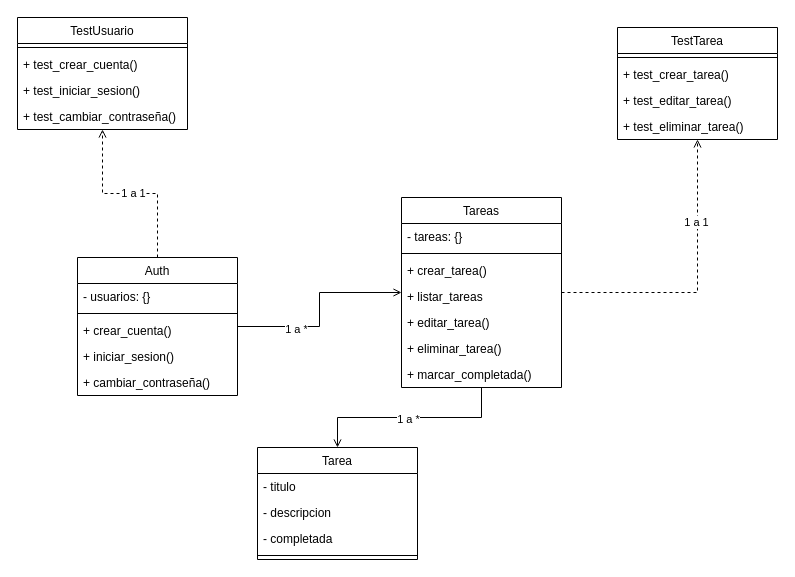
Earlier version of the draw.io diagram docs/Diagrama Gestion de Tareas.drawio.xml (buri033/GestorT). Source tidied: cells renumbered, new cells numbered last; positions are measured from the earlier drawing's top-left corner, leaving out a move shared by most shapes. Both pictures are drawn from the tidied source at 100%, with x=0, y=0 at pixel (17, 17).
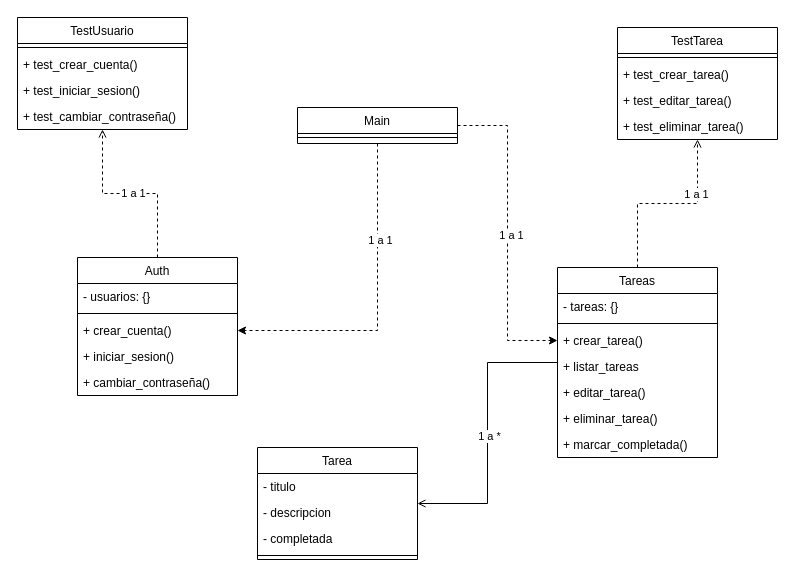
The same diagram, later.

Commit message:
Cambio del diagrama

Unchanged cells that the change refers to:
```xml
<mxCell id="6" value="Auth" style="swimlane;fontStyle=0;align=center;verticalAlign=top;horizontal=1;startSize=26;rounded=0;shadow=0;strokeWidth=1;" parent="1" vertex="1">
  <mxGeometry x="60" y="240" width="160" height="138" as="geometry" />
</mxCell>
<mxCell id="9" value="+ crear_cuenta()" style="text;align=left;verticalAlign=top;spacingLeft=4;spacingRight=4;overflow=hidden;points=[[0,0.5],[1,0.5]];portConstraint=eastwest;rounded=0;shadow=0;html=0;" parent="6" vertex="1">
  <mxGeometry y="60" width="160" height="26" as="geometry" />
</mxCell>
<mxCell id="24" value="+ crear_tarea()" style="text;align=left;verticalAlign=top;spacingLeft=4;spacingRight=4;overflow=hidden;points=[[0,0.5],[1,0.5]];portConstraint=eastwest;rounded=0;shadow=0;html=0;" parent="21" vertex="1">
  <mxGeometry y="60" width="160" height="26" as="geometry" />
</mxCell>
```

What changed in the source:
```diff
@@
-    <mxCell id="2" style="edgeStyle=orthogonalEdgeStyle;rounded=0;jettySize=auto;html=1;endArrow=open;endFill=0;" parent="1" edge="1" source="6" target="21">
-      <mxGeometry relative="1" as="geometry" />
-    </mxCell>
-    <mxCell id="3" value="1 a *" style="edgeLabel;html=1;align=center;verticalAlign=middle;" parent="2" vertex="1">
-      <mxGeometry x="-0.41" y="-2" relative="1" as="geometry" />
-    </mxCell>
@@
     <mxCell id="21" value="Tareas" style="swimlane;fontStyle=0;align=center;verticalAlign=top;horizontal=1;startSize=26;rounded=0;shadow=0;strokeWidth=1;" parent="1" vertex="1">
-      <mxGeometry x="384" y="180" width="160" height="190" as="geometry" />
+      <mxGeometry x="540" y="250" width="160" height="190" as="geometry" />
     </mxCell>
@@
-    <mxCell id="28" value="+ marcar_completada()" style="text;align=left;verticalAlign=top;spacingLeft=4;spacingRight=4;overflow=hidden;" parent="1" vertex="1">
-      <mxGeometry x="384" y="344" width="160" height="26" as="geometry" />
+    <mxCell id="28" value="+ marcar_completada()" style="text;align=left;verticalAlign=top;spacingLeft=4;spacingRight=4;overflow=hidden;" parent="21" vertex="1">
+      <mxGeometry y="164" width="160" height="26" as="geometry" />
     </mxCell>
@@
+    <mxCell id="39" style="edgeStyle=orthogonalEdgeStyle;rounded=0;jettySize=auto;html=1;entryX=1;entryY=0.5;entryDx=0;entryDy=0;dashed=1;" parent="1" edge="1" source="43" target="9">
+      <mxGeometry relative="1" as="geometry" />
+    </mxCell>
+    <mxCell id="40" value="1 a 1" style="edgeLabel;html=1;align=center;verticalAlign=middle;" parent="39" vertex="1">
+      <mxGeometry x="-0.42" y="2" relative="1" as="geometry">
+        <mxPoint y="1" as="offset" />
+      </mxGeometry>
+    </mxCell>
+    <mxCell id="41" style="edgeStyle=orthogonalEdgeStyle;rounded=0;jettySize=auto;html=1;entryX=0;entryY=0.5;entryDx=0;entryDy=0;exitX=1;exitY=0.5;exitDx=0;exitDy=0;dashed=1;" parent="1" edge="1" source="43" target="24">
+      <mxGeometry relative="1" as="geometry" />
+    </mxCell>
+    <mxCell id="42" value="1 a 1" style="edgeLabel;html=1;align=center;verticalAlign=middle;" parent="41" vertex="1">
+      <mxGeometry x="0.01" y="3" relative="1" as="geometry" />
+    </mxCell>
+    <mxCell id="43" value="Main" style="swimlane;fontStyle=0;align=center;verticalAlign=top;horizontal=1;startSize=26;rounded=0;shadow=0;strokeWidth=1;" parent="1" vertex="1">
+      <mxGeometry x="280" y="90" width="160" height="36" as="geometry" />
+    </mxCell>
+    <mxCell id="44" style="line;html=1;strokeWidth=1;align=left;verticalAlign=middle;spacingTop=-1;spacingLeft=3;spacingRight=3;labelPosition=right;" parent="43" vertex="1">
+      <mxGeometry y="26" width="160" height="8" as="geometry" />
+    </mxCell>
```
